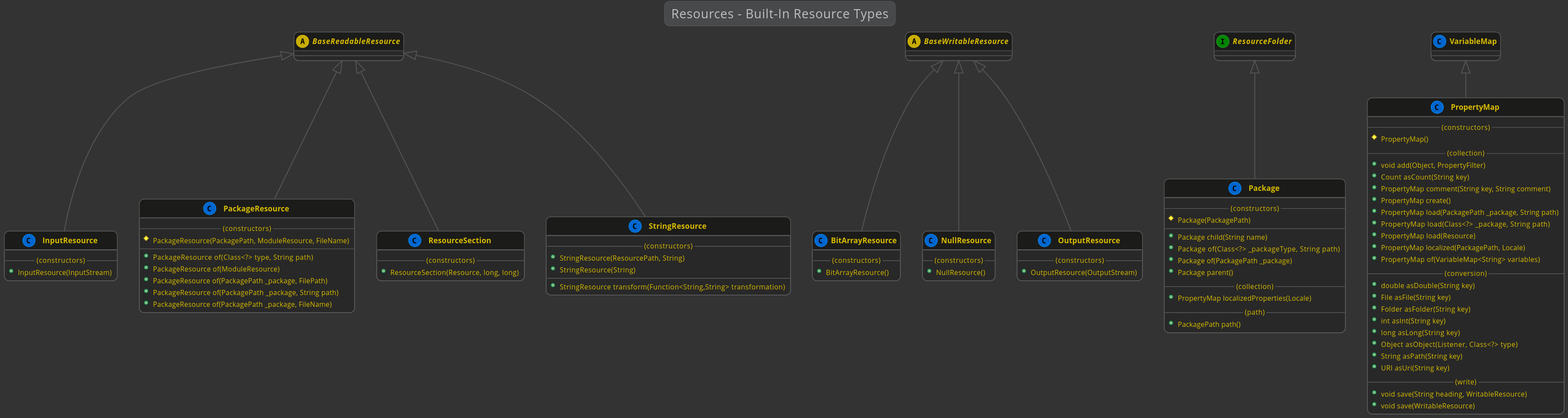
Before: docs/lexakai/kivakit/kivakit-core/resource/documentation/diagrams/diagram-resource-type.svg, a diagram exported from PlantUML (Telenav/kivakit-assets).
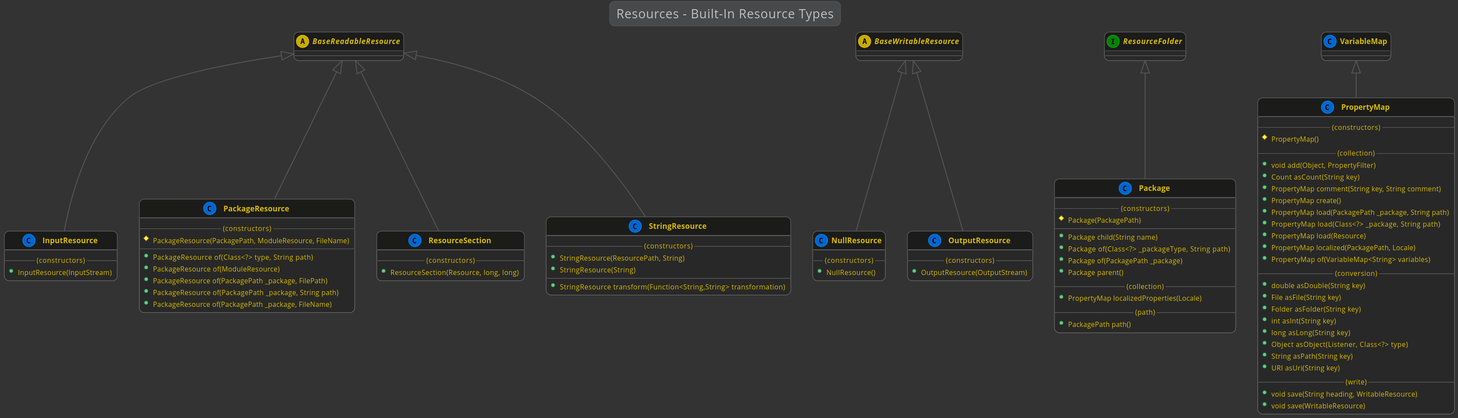
Above is the later version.

Diff of the diagram source:
```diff
@@ -8,13 +8,6 @@
     abstract BaseWritableResource
 
     interface ResourceFolder
-
-    BaseWritableResource <|-- BitArrayResource
-    class BitArrayResource
-    {
-        --(constructors)--
-        +BitArrayResource()
-    }
 
     BaseReadableResource <|-- InputResource
     class InputResource
```
